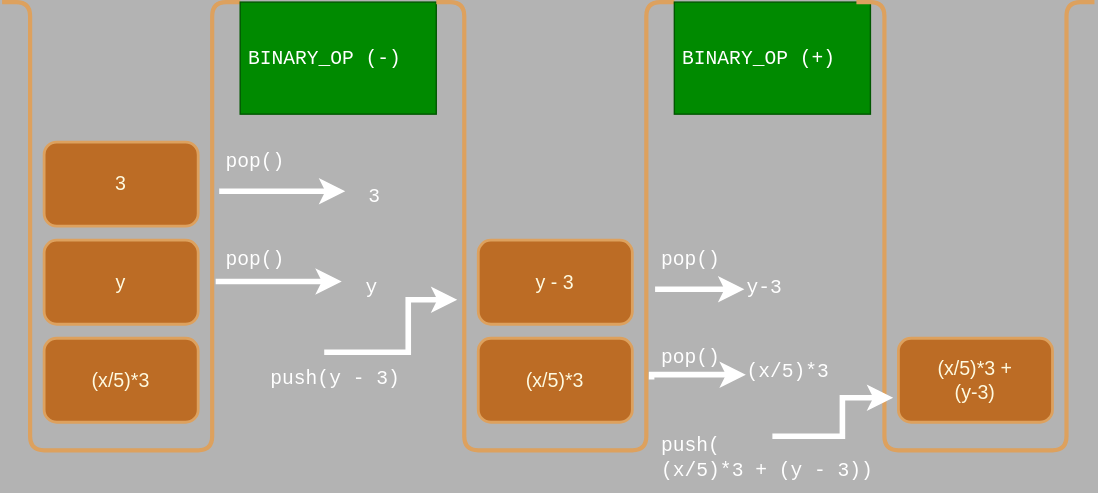
Earlier version of the draw.io export 3-Stacks/images/stack6.svg (JAC-CS-Programming-4-W24/Notes). Source tidied: cells renumbered, new cells last; positions are measured from the earlier drawing's top-left corner, leaving out a move shared by most shapes.
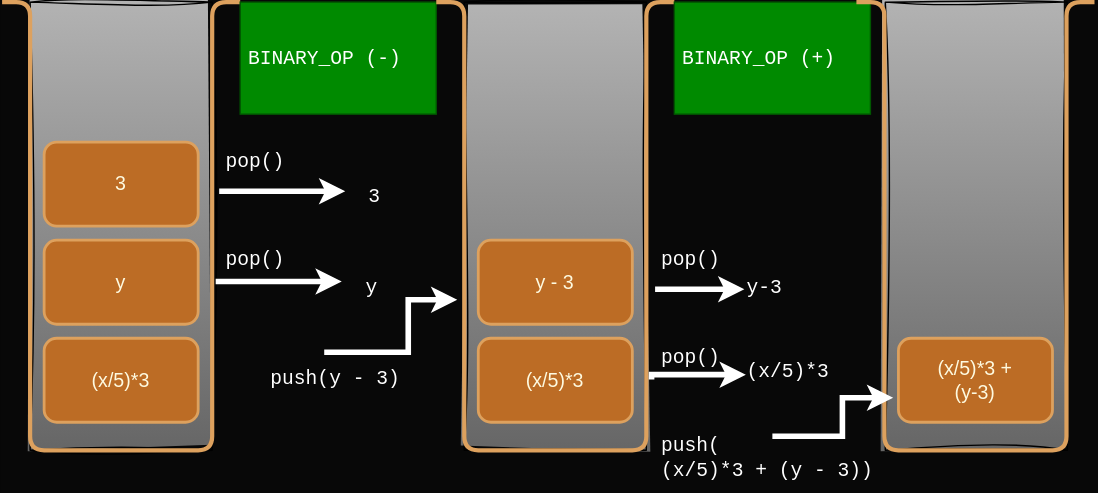
The same diagram one commit later.

Diff of the diagram source:
```diff
@@ -1,7 +1,16 @@
-<mxGraphModel background="#B3B3B3">
+<mxGraphModel background="#080808">
   <root>
     <mxCell id="0" />
     <mxCell id="1" parent="0" />
+    <mxCell id="35" style="rounded=0;whiteSpace=wrap;html=1;sketch=1;hachureGap=4;jiggle=2;curveFitting=1;fontFamily=Architects Daughter;fontSource=https%3A%2F%2Ffonts.googleapis.com%2Fcss%3Ffamily%3DArchitects%2BDaughter;fontSize=20;gradientColor=#666666;fillColor=#B3B3B3;" parent="1" vertex="1">
+      <mxGeometry x="330" width="130" height="320" as="geometry" />
+    </mxCell>
+    <mxCell id="36" style="rounded=0;whiteSpace=wrap;html=1;sketch=1;hachureGap=4;jiggle=2;curveFitting=1;fontFamily=Architects Daughter;fontSource=https%3A%2F%2Ffonts.googleapis.com%2Fcss%3Ffamily%3DArchitects%2BDaughter;fontSize=20;gradientColor=#666666;fillColor=#B3B3B3;" parent="1" vertex="1">
+      <mxGeometry x="630.6" width="130" height="320" as="geometry" />
+    </mxCell>
+    <mxCell id="37" style="rounded=0;whiteSpace=wrap;html=1;sketch=1;hachureGap=4;jiggle=2;curveFitting=1;fontFamily=Architects Daughter;fontSource=https%3A%2F%2Ffonts.googleapis.com%2Fcss%3Ffamily%3DArchitects%2BDaughter;fontSize=20;gradientColor=#666666;fillColor=#B3B3B3;" parent="1" vertex="1">
+      <mxGeometry x="20" width="130" height="320" as="geometry" />
+    </mxCell>
     <mxCell id="2" style="endArrow=none;html=1;rounded=1;edgeStyle=orthogonalEdgeStyle;strokeWidth=3;labelBackgroundColor=#283618;strokeColor=#DDA15E;fontColor=#FEFAE0;" parent="1" edge="1">
       <mxGeometry relative="1" as="geometry">
         <mxPoint as="sourcePoint" />
```
